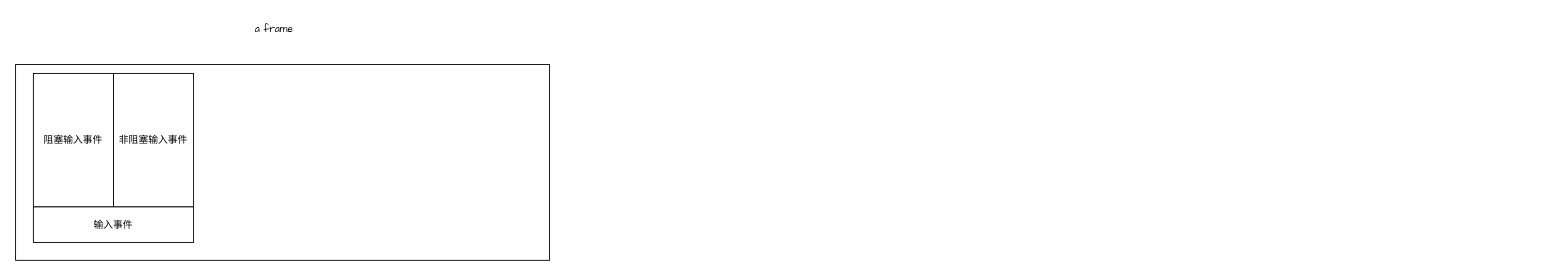
StoryKing123/draw-io keeps this draw.io diagram as life of a frame.drawio. Above is the earlier version. Source tidied: cells renumbered, new cells numbered last; positions are measured from the earlier drawing's top-left corner, leaving out a move shared by most shapes. Both pictures are drawn from the tidied source at 89%, with x=0, y=0 at pixel (15, 15).
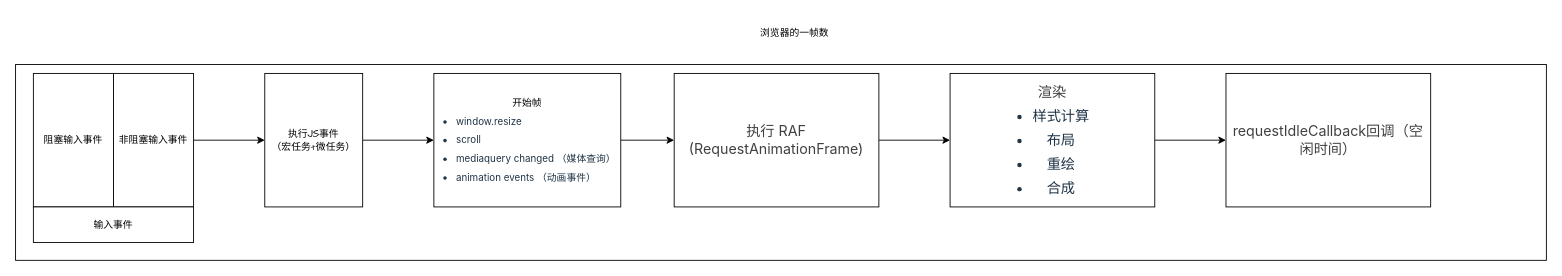
Above is the later version.

What changed in the source:
```diff
@@
 <mxGraphModel>
   <root>
     <mxCell id="0" />
     <mxCell id="1" parent="0" />
     <mxCell id="2" style="rounded=0;whiteSpace=wrap;html=1;gradientColor=none;fontSize=11;" parent="1" vertex="1">
-      <mxGeometry y="55" width="600" height="220" as="geometry" />
+      <mxGeometry y="55" width="1720" height="220" as="geometry" />
     </mxCell>
-    <mxCell id="3" value="a frame" style="text;html=1;align=center;verticalAlign=middle;strokeColor=none;fillColor=none;fontSize=11;fontFamily=Architects Daughter;rounded=0;" parent="1" vertex="1">
-      <mxGeometry x="255" width="70" height="30" as="geometry" />
+    <mxCell id="3" value="浏览器的一帧数" style="text;html=1;align=center;verticalAlign=middle;strokeColor=none;fillColor=none;fontSize=11;fontFamily=Architects Daughter;rounded=0;" parent="1" vertex="1">
+      <mxGeometry x="820" y="5" width="110" height="30" as="geometry" />
     </mxCell>
     <mxCell id="4" value="阻塞输入事件" style="rounded=0;whiteSpace=wrap;html=1;hachureGap=4;jiggle=2;fontFamily=Architects Daughter;fontSize=11;" parent="1" vertex="1">
       <mxGeometry x="20" y="65" width="90" height="150" as="geometry" />
     </mxCell>
+    <mxCell id="7" style="edgeStyle=orthogonalEdgeStyle;jettySize=auto;html=1;fontSize=11;" parent="1" edge="1" source="5" target="9">
+      <mxGeometry relative="1" as="geometry" />
+    </mxCell>
     <mxCell id="5" value="非阻塞输入事件" style="rounded=0;whiteSpace=wrap;html=1;hachureGap=4;jiggle=2;fontFamily=Architects Daughter;fontSize=11;" parent="1" vertex="1">
       <mxGeometry x="110" y="65" width="90" height="150" as="geometry" />
     </mxCell>
     <mxCell id="6" value="输入事件" style="rounded=0;whiteSpace=wrap;html=1;fontSize=11;" parent="1" vertex="1">
       <mxGeometry x="20" y="215" width="180" height="40" as="geometry" />
     </mxCell>
+    <mxCell id="8" style="edgeStyle=orthogonalEdgeStyle;jettySize=auto;html=1;fontSize=11;" parent="1" edge="1" source="9" target="11">
+      <mxGeometry relative="1" as="geometry" />
+    </mxCell>
+    <mxCell id="9" value="执行JS事件&lt;br&gt;（宏任务+微任务）" style="rounded=0;whiteSpace=wrap;html=1;hachureGap=4;jiggle=2;fontFamily=Architects Daughter;fontSize=11;" parent="1" vertex="1">
+      <mxGeometry x="280" y="65" width="110" height="150" as="geometry" />
+    </mxCell>
+    <mxCell id="10" style="edgeStyle=orthogonalEdgeStyle;jettySize=auto;html=1;fontSize=11;" parent="1" edge="1" source="11" target="13">
+      <mxGeometry relative="1" as="geometry" />
+    </mxCell>
+    <mxCell id="11" value="&lt;font style=&quot;font-size: 11px;&quot;&gt;开始帧&lt;br style=&quot;font-size: 11px;&quot;&gt;&lt;/font&gt;&lt;ul style=&quot;box-sizing: border-box; list-style-position: initial; list-style-image: initial; margin: 8px 0px 0px; padding: 0px 0px 0px 1.25rem; color: rgb(33, 53, 71); font-family: &amp;quot;Inter var experimental&amp;quot;, &amp;quot;Inter var&amp;quot;, -apple-system, &amp;quot;system-ui&amp;quot;, &amp;quot;Segoe UI&amp;quot;, Roboto, Oxygen, Ubuntu, Cantarell, &amp;quot;Fira Sans&amp;quot;, &amp;quot;Droid Sans&amp;quot;, &amp;quot;Helvetica Neue&amp;quot;, sans-serif; text-align: left; background-color: rgb(255, 255, 255); font-size: 11px;&quot;&gt;&lt;li style=&quot;box-sizing: border-box; font-size: 11px;&quot;&gt;&lt;font style=&quot;font-size: 11px;&quot;&gt;window.resize&lt;/font&gt;&lt;/li&gt;&lt;li style=&quot;box-sizing: border-box; margin-top: 8px; font-size: 11px;&quot;&gt;&lt;font style=&quot;font-size: 11px;&quot;&gt;scroll&lt;/font&gt;&lt;/li&gt;&lt;li style=&quot;box-sizing: border-box; margin-top: 8px; font-size: 11px;&quot;&gt;&lt;font style=&quot;font-size: 11px;&quot;&gt;mediaquery changed （媒体查询）&lt;/font&gt;&lt;/li&gt;&lt;li style=&quot;box-sizing: border-box; margin-top: 8px; font-size: 11px;&quot;&gt;&lt;font style=&quot;font-size: 11px;&quot;&gt;animation events （动画事件）&lt;/font&gt;&lt;/li&gt;&lt;/ul&gt;" style="rounded=0;whiteSpace=wrap;html=1;hachureGap=4;jiggle=2;fontFamily=Architects Daughter;fontSize=11;" parent="1" vertex="1">
+      <mxGeometry x="470" y="65" width="210" height="150" as="geometry" />
+    </mxCell>
+    <mxCell id="12" style="edgeStyle=orthogonalEdgeStyle;jettySize=auto;html=1;fontSize=11;" parent="1" edge="1" source="13" target="15">
+      <mxGeometry relative="1" as="geometry" />
+    </mxCell>
+    <mxCell id="13" value="&lt;span style=&quot;color: rgb(64, 64, 64); font-family: -apple-system, &amp;quot;system-ui&amp;quot;, &amp;quot;Apple Color Emoji&amp;quot;, &amp;quot;Segoe UI Emoji&amp;quot;, &amp;quot;Segoe UI Symbol&amp;quot;, &amp;quot;Segoe UI&amp;quot;, &amp;quot;PingFang SC&amp;quot;, &amp;quot;Hiragino Sans GB&amp;quot;, &amp;quot;Microsoft YaHei&amp;quot;, &amp;quot;Helvetica Neue&amp;quot;, Helvetica, Arial, sans-serif; font-size: 16px; text-align: start; background-color: rgb(255, 255, 255);&quot;&gt;执行 RAF (RequestAnimationFrame)&lt;/span&gt;" style="whiteSpace=wrap;html=1;fontSize=11;fontFamily=Architects Daughter;rounded=0;hachureGap=4;jiggle=2;" parent="1" vertex="1">
+      <mxGeometry x="740" y="65" width="230" height="150" as="geometry" />
+    </mxCell>
+    <mxCell id="14" style="edgeStyle=orthogonalEdgeStyle;jettySize=auto;html=1;fontSize=11;" parent="1" edge="1" source="15" target="16">
+      <mxGeometry relative="1" as="geometry" />
+    </mxCell>
+    <mxCell id="15" value="&lt;div style=&quot;&quot;&gt;&lt;font face=&quot;-apple-system, system-ui, Apple Color Emoji, Segoe UI Emoji, Segoe UI Symbol, Segoe UI, PingFang SC, Hiragino Sans GB, Microsoft YaHei, Helvetica Neue, Helvetica, Arial, sans-serif&quot; color=&quot;#404040&quot;&gt;&lt;span style=&quot;font-size: 16px; background-color: rgb(255, 255, 255);&quot;&gt;渲染&lt;/span&gt;&lt;/font&gt;&lt;/div&gt;&lt;div style=&quot;&quot;&gt;&lt;ul style=&quot;box-sizing: border-box; list-style-position: initial; list-style-image: initial; margin: 8px 0px 0px; padding: 0px 0px 0px 1.25rem; color: rgb(33, 53, 71); font-family: &amp;quot;Inter var experimental&amp;quot;, &amp;quot;Inter var&amp;quot;, -apple-system, &amp;quot;system-ui&amp;quot;, &amp;quot;Segoe UI&amp;quot;, Roboto, Oxygen, Ubuntu, Cantarell, &amp;quot;Fira Sans&amp;quot;, &amp;quot;Droid Sans&amp;quot;, &amp;quot;Helvetica Neue&amp;quot;, sans-serif; font-size: 16px; background-color: rgb(255, 255, 255);&quot;&gt;&lt;li style=&quot;box-sizing: border-box;&quot;&gt;样式计算&lt;/li&gt;&lt;li style=&quot;box-sizing: border-box; margin-top: 8px;&quot;&gt;布局&lt;/li&gt;&lt;li style=&quot;box-sizing: border-box; margin-top: 8px;&quot;&gt;重绘&lt;/li&gt;&lt;li style=&quot;box-sizing: border-box; margin-top: 8px;&quot;&gt;合成&lt;/li&gt;&lt;/ul&gt;&lt;/div&gt;" style="whiteSpace=wrap;html=1;fontSize=11;fontFamily=Architects Daughter;rounded=0;hachureGap=4;jiggle=2;spacing=3;align=center;" parent="1" vertex="1">
+      <mxGeometry x="1050" y="65" width="230" height="150" as="geometry" />
+    </mxCell>
+    <mxCell id="16" value="&lt;div style=&quot;&quot;&gt;&lt;font face=&quot;-apple-system, system-ui, Apple Color Emoji, Segoe UI Emoji, Segoe UI Symbol, Segoe UI, PingFang SC, Hiragino Sans GB, Microsoft YaHei, Helvetica Neue, Helvetica, Arial, sans-serif&quot; color=&quot;#404040&quot;&gt;&lt;span style=&quot;font-size: 16px; background-color: rgb(255, 255, 255);&quot;&gt;requestIdleCallback回调（空闲时间）&lt;/span&gt;&lt;/font&gt;&lt;br&gt;&lt;/div&gt;" style="whiteSpace=wrap;html=1;fontSize=11;fontFamily=Architects Daughter;rounded=0;hachureGap=4;jiggle=2;spacingLeft=0;align=center;spacing=5;" parent="1" vertex="1">
+      <mxGeometry x="1360" y="65" width="230" height="150" as="geometry" />
+    </mxCell>
   </root>
 </mxGraphModel>
```
